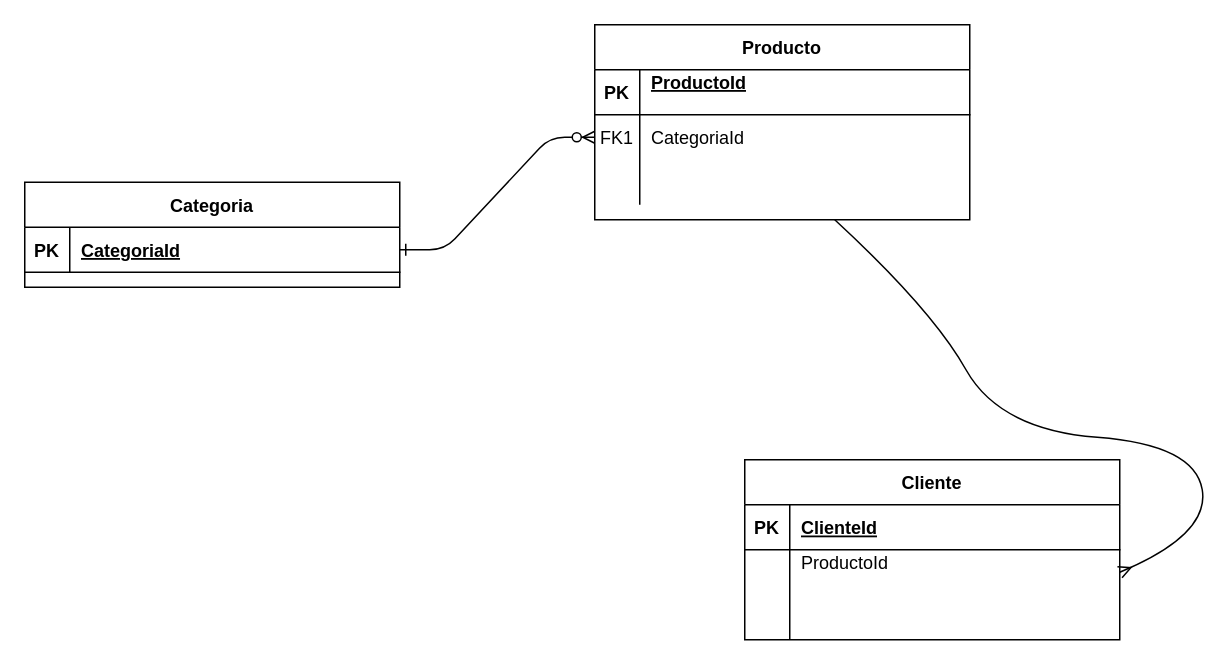
Before: Diagrama sin título.drawio in lucasal07/E-Commerce, a draw.io diagram. Source tidied: cells renumbered, new cells numbered last; positions are measured from the earlier drawing's top-left corner, leaving out a move shared by most shapes. Both pictures are drawn from the tidied source at 150%, with x=0, y=0 at pixel (24, 24).
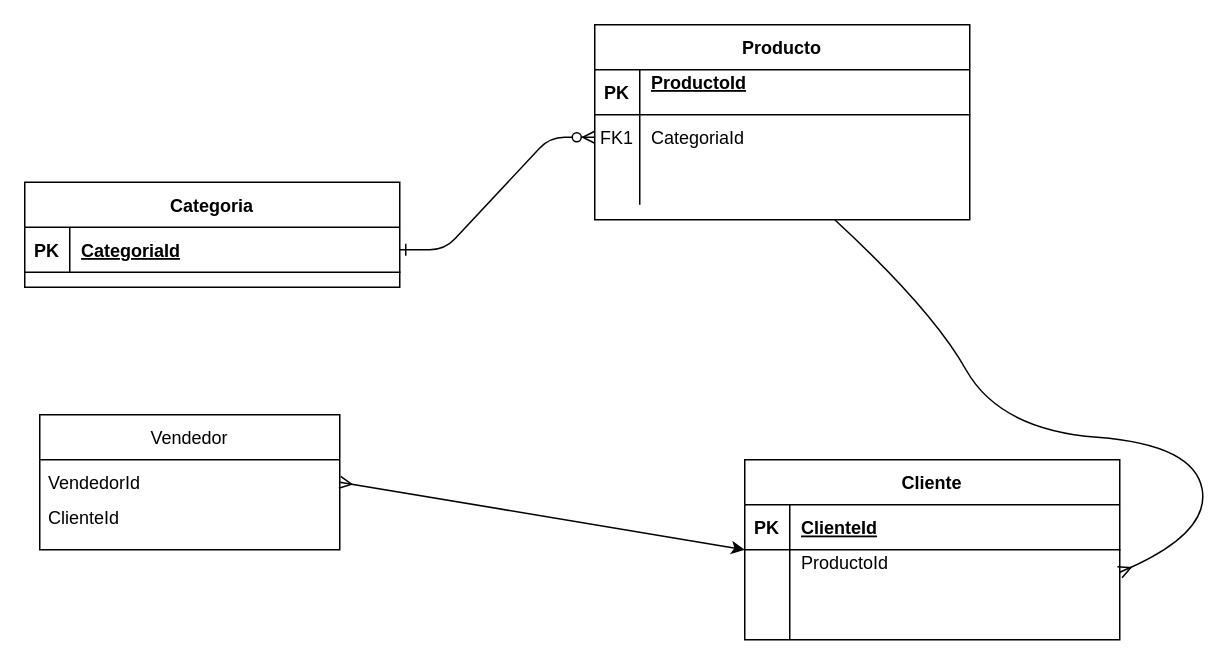
The same page after the edit.

Commit message:
Nueva Tabla(Vendedor)

The change refers to these unchanged cells:
```xml
<mxCell id="17" style="shape=partialRectangle;fillColor=none;points=[[0,0.5],[1,0.5]];portConstraint=eastwest;top=0;left=0;right=0;bottom=0;" parent="13" vertex="1">
  <mxGeometry y="60" width="250" height="30" as="geometry" />
</mxCell>
```

Diff of the diagram source:
```diff
@@
+    <mxCell id="28" value="Vendedor" style="swimlane;fontStyle=0;horizontal=1;startSize=30;" parent="1" vertex="1">
+      <mxGeometry x="10" y="260" width="200" height="90" as="geometry" />
+    </mxCell>
+    <mxCell id="29" value="VendedorId" style="text;strokeColor=none;fillColor=none;align=left;verticalAlign=middle;spacingLeft=4;spacingRight=4;overflow=hidden;points=[[0,0.5],[1,0.5]];portConstraint=eastwest;" parent="28" vertex="1">
+      <mxGeometry y="30" width="200" height="30" as="geometry" />
+    </mxCell>
+    <mxCell id="30" value="ClienteId&#10;" style="text;strokeColor=none;fillColor=none;align=left;verticalAlign=middle;spacingLeft=4;spacingRight=4;overflow=hidden;" parent="28" vertex="1">
+      <mxGeometry y="60" width="200" height="30" as="geometry" />
+    </mxCell>
+    <mxCell id="31" style="endArrow=classic;startArrow=ERmany;html=1;rounded=0;exitX=1;exitY=0.5;exitDx=0;exitDy=0;entryX=0;entryY=0;entryDx=0;entryDy=0;entryPerimeter=0;startFill=0;" parent="1" edge="1" source="29" target="17">
+      <mxGeometry relative="1" as="geometry" />
+    </mxCell>
```
